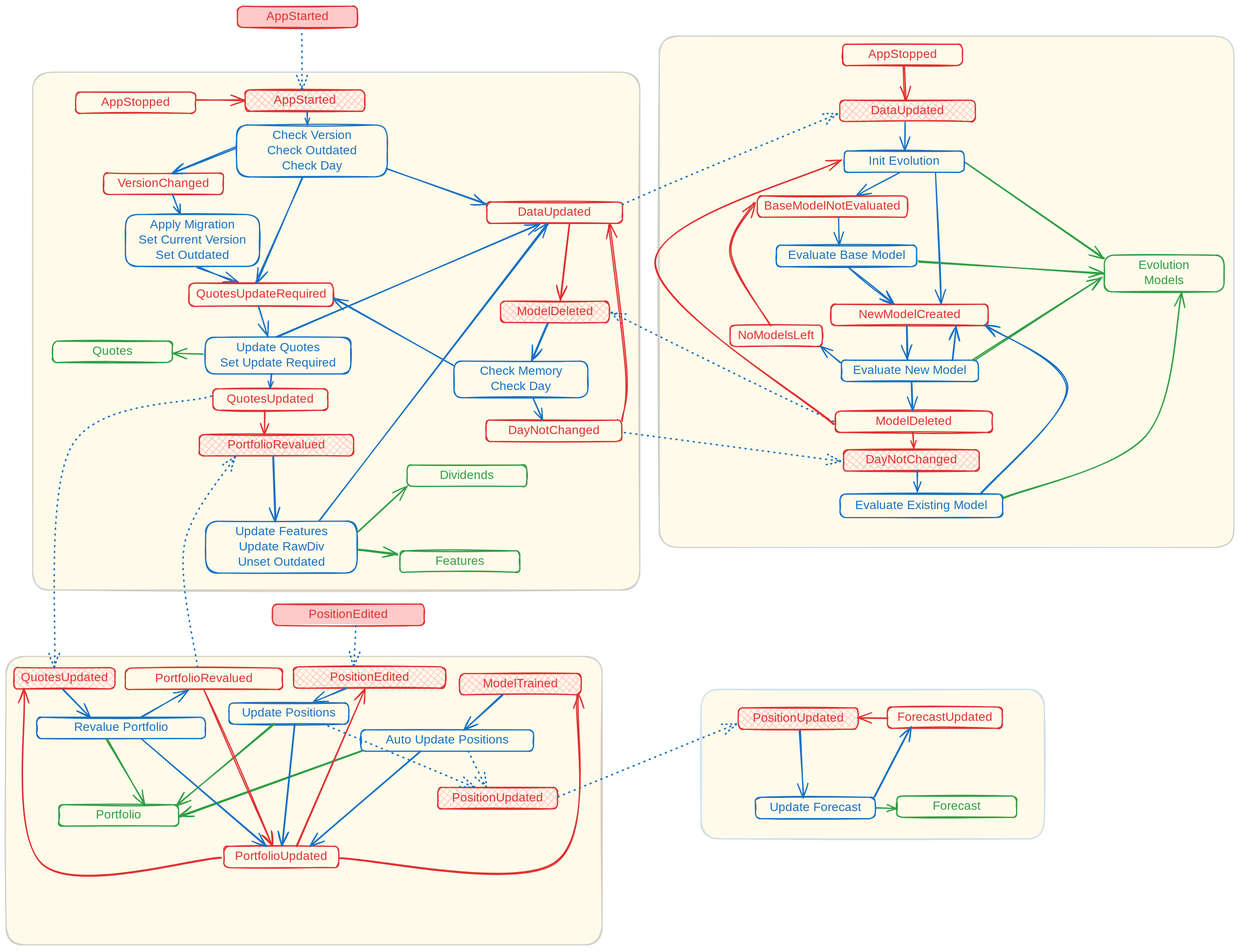
Before: docs/fsm.excalidraw.svg, a diagram exported from Excalidraw (WLM1ke/poptimizer). Source tidied: one line per element, renumbered; positions are measured from the earlier drawing's top-left corner, leaving out a move shared by most shapes.
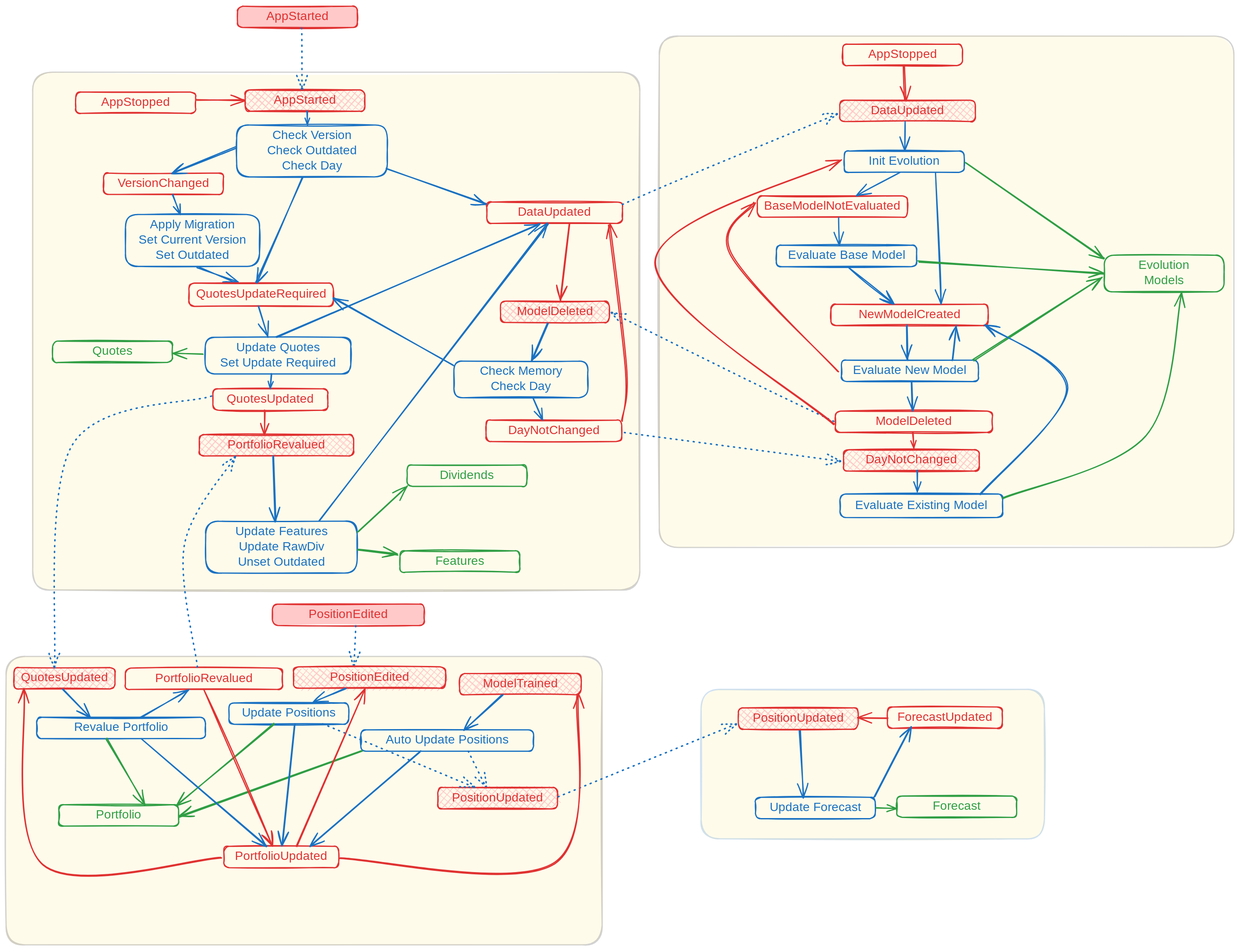
Above is the later version.

What changed in the source:
```diff
@@ -123,10 +123,7 @@
 {"id": 122, "type": "arrow", "strokeColor": "#1971c2", "backgroundColor": "#ffc9c9", "fillStyle": "solid", "strokeWidth": 2, "roughness": 1, "endArrowhead": "arrow", "round": true, "from": 115, "to": 117, "x": 1476, "y": 524, "width": 3, "height": 56, "points": [[0, 0], [3, 56]]}
 {"id": 123, "type": "rectangle", "strokeColor": "#1971c2", "strokeWidth": 2, "roughness": 1, "round": true, "x": 1367, "y": 800, "width": 267, "height": 39}
 {"id": 124, "type": "text", "text": "Evaluate Existing Model", "strokeColor": "#1971c2", "strokeWidth": 2, "roughness": 1, "fontSize": 20, "fontFamily": 5, "textAlign": "center", "verticalAlign": "middle", "inside": 123, "x": 1383, "y": 806, "width": 234, "height": 25}
-{"id": 125, "type": "rectangle", "strokeColor": "#e03131", "strokeWidth": 2, "roughness": 1, "round": true, "x": 1187, "y": 523, "width": 151, "height": 35}
-{"id": 126, "type": "text", "text": "NoModelsLeft", "strokeColor": "#e03131", "strokeWidth": 2, "roughness": 1, "fontSize": 20, "fontFamily": 5, "textAlign": "center", "verticalAlign": "middle", "inside": 125, "x": 1196, "y": 528, "width": 133, "height": 25}
-{"id": 127, "type": "arrow", "strokeColor": "#1971c2", "backgroundColor": "#ffc9c9", "fillStyle": "solid", "strokeWidth": 2, "roughness": 1, "endArrowhead": "arrow", "round": true, "from": 117, "to": 125, "x": 1368, "y": 585, "width": 33, "height": 27, "points": [[0, 0], [-33, -27]]}
-{"id": 128, "type": "arrow", "strokeColor": "#e03131", "backgroundColor": "#ffc9c9", "fillStyle": "solid", "strokeWidth": 2, "roughness": 1, "endArrowhead": "arrow", "round": true, "from": 125, "to": 111, "x": 1254, "y": 523, "width": 66, "height": 201, "points": [[0, 0], [-66, -117], [-27, -201]]}
+{"id": 128, "type": "arrow", "strokeColor": "#e03131", "backgroundColor": "#ffc9c9", "fillStyle": "solid", "strokeWidth": 2, "roughness": 1, "endArrowhead": "arrow", "round": true, "from": 117, "to": 111, "x": 1364, "y": 598, "width": 177, "height": 276, "points": [[0, 0], [-177, -193], [-138, -276]]}
 {"id": 129, "type": "rectangle", "strokeColor": "#1971c2", "strokeWidth": 2, "roughness": 1, "round": true, "x": 1263, "y": 392, "width": 230, "height": 35}
 {"id": 130, "type": "text", "text": "Evaluate Base Model", "strokeColor": "#1971c2", "strokeWidth": 2, "roughness": 1, "fontSize": 20, "fontFamily": 5, "textAlign": "center", "verticalAlign": "middle", "inside": 129, "x": 1276, "y": 397, "width": 203, "height": 25}
 {"id": 131, "type": "arrow", "strokeColor": "#1971c2", "backgroundColor": "#ffc9c9", "fillStyle": "solid", "strokeWidth": 2, "roughness": 1, "endArrowhead": "arrow", "from": 111, "to": 129, "x": 1365, "y": 346, "width": 1, "height": 45, "points": [[0, 0], [1, 45]]}
```
